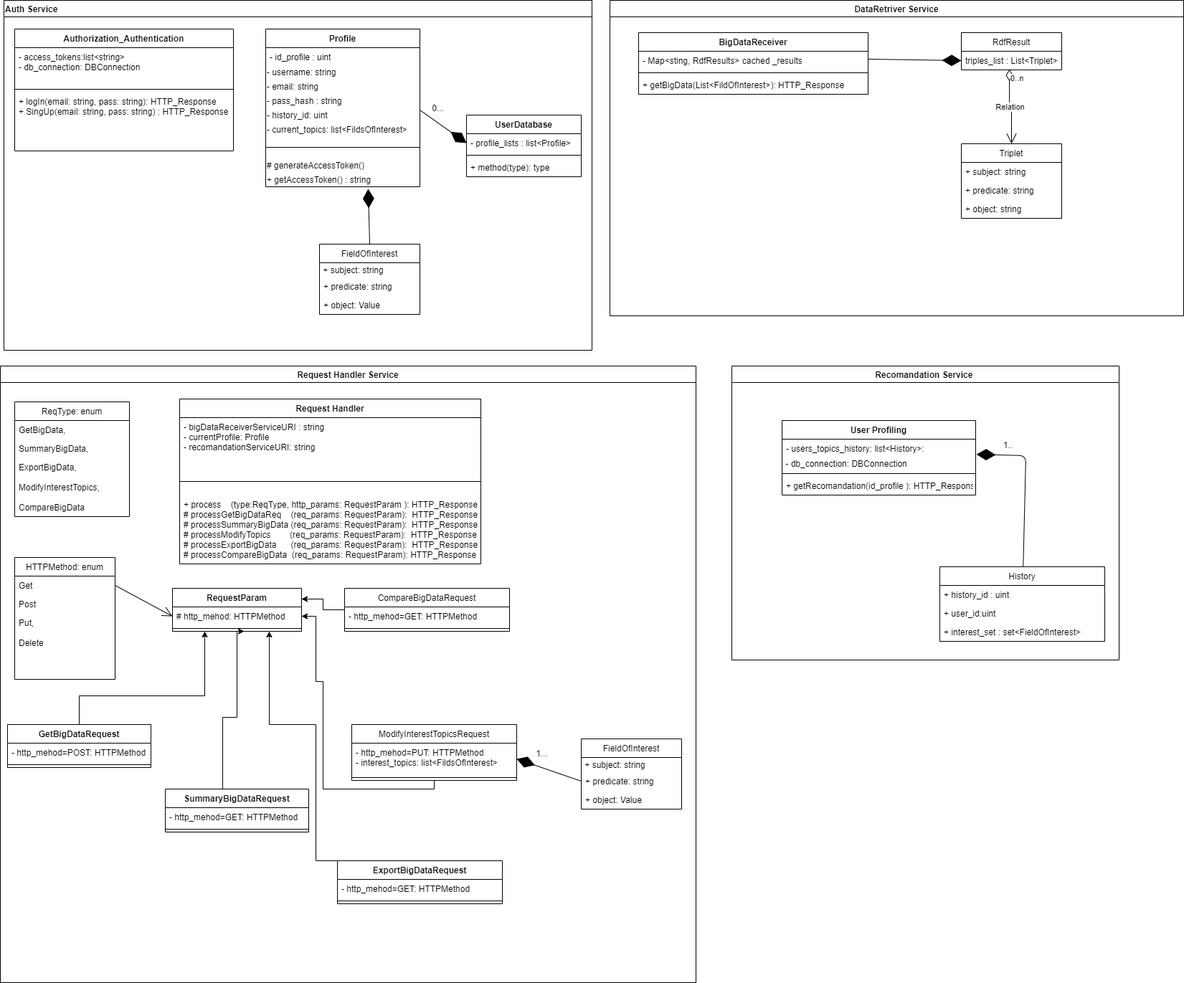
Earlier version of the draw.io export docs/Diagrams/uml_diagram.png (wad-project-amm-mt-im/BiDaR). Source tidied: cells renumbered, new cells last; positions are measured from the earlier drawing's top-left corner, leaving out a move shared by most shapes.
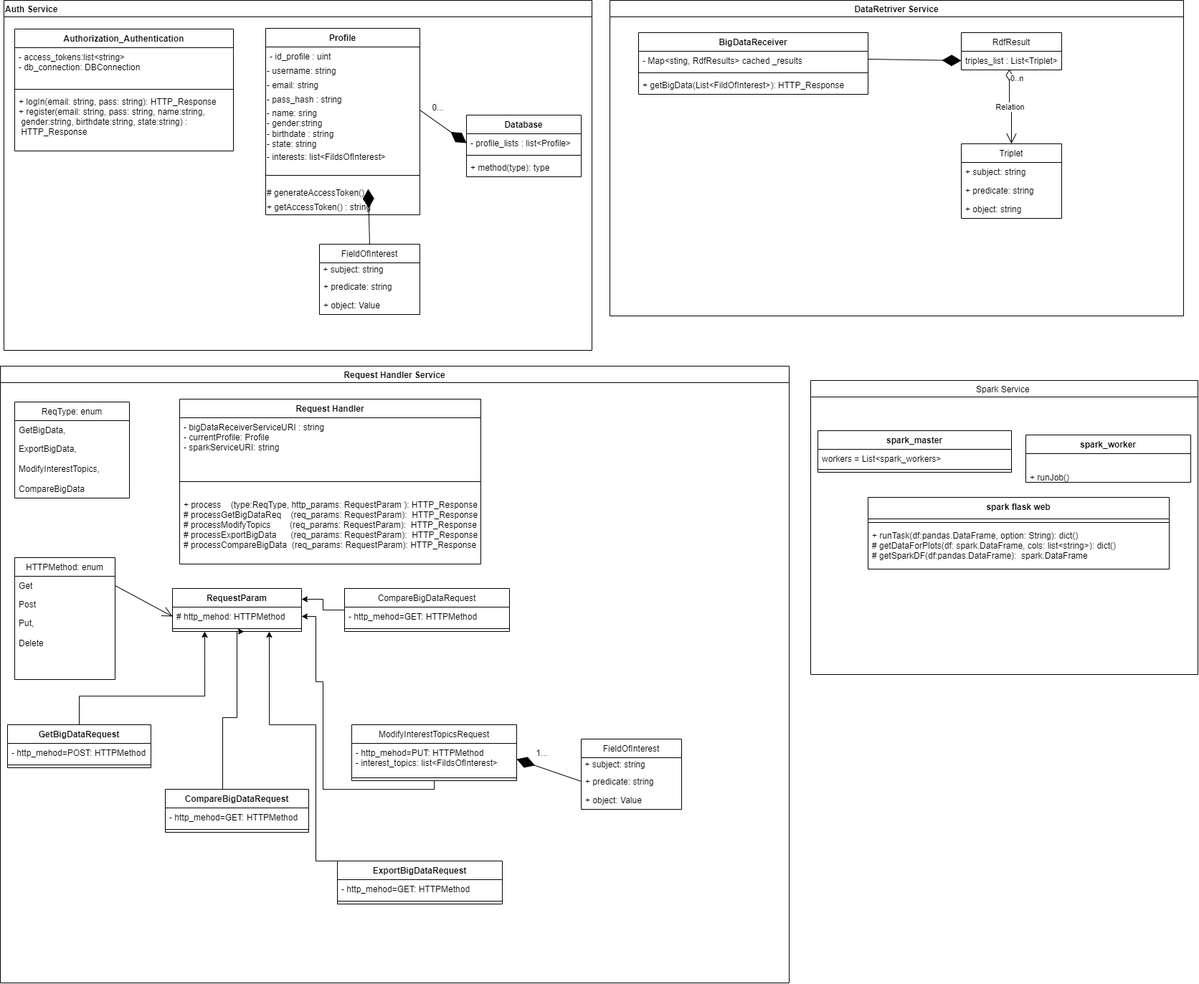
Above is the later version.

The edit, as a diff of the source:
```diff
@@ -14,11 +14,11 @@
     <mxCell id="5" style="line;strokeWidth=1;fillColor=none;align=left;verticalAlign=middle;spacingTop=-1;spacingLeft=3;spacingRight=3;labelPosition=right;" parent="3" vertex="1">
       <mxGeometry y="80" width="305" height="8" as="geometry" />
     </mxCell>
-    <mxCell id="6" value="+ logIn(email: string, pass: string): HTTP_Response&#10;+ SingUp(email: string, pass: string) : HTTP_Response&#10;" style="text;strokeColor=none;fillColor=none;align=left;verticalAlign=top;spacingLeft=4;spacingRight=4;overflow=hidden;" parent="3" vertex="1">
+    <mxCell id="6" value="+ logIn(email: string, pass: string): HTTP_Response&#10;+ register(email: string, pass: string, name:string,&#10; gender:string, birthdate:string, state:string) :&#10; HTTP_Response&#10;" style="text;strokeColor=none;fillColor=none;align=left;verticalAlign=top;spacingLeft=4;spacingRight=4;overflow=hidden;" parent="3" vertex="1">
       <mxGeometry y="88" width="305" height="82" as="geometry" />
     </mxCell>
     <mxCell id="7" value="Profile" style="swimlane;fontStyle=1;align=center;verticalAlign=top;horizontal=1;startSize=26;" parent="2" vertex="1">
-      <mxGeometry x="365" y="40" width="215" height="220" as="geometry" />
+      <mxGeometry x="365" y="39" width="215" height="260" as="geometry" />
     </mxCell>
     <mxCell id="8" value="- id_profile : uint&#10;" style="text;strokeColor=none;fillColor=none;align=left;verticalAlign=top;spacingLeft=4;spacingRight=4;overflow=hidden;" parent="7" vertex="1">
       <mxGeometry y="26" width="215" height="24" as="geometry" />
@@ -32,25 +32,25 @@
     <mxCell id="11" value="&lt;span&gt;- pass_hash : string&lt;/span&gt;" style="text;html=1;align=left;verticalAlign=middle;" parent="7" vertex="1">
       <mxGeometry y="90" width="215" height="20" as="geometry" />
     </mxCell>
-    <mxCell id="12" value="- history_id: uint&amp;nbsp;" style="text;html=1;align=left;verticalAlign=middle;" parent="7" vertex="1">
-      <mxGeometry y="110" width="215" height="20" as="geometry" />
+    <mxCell id="12" value="- name: sring&lt;br&gt;- gender:string&lt;br&gt;- birthdate : string&lt;br&gt;- state: string" style="text;html=1;align=left;verticalAlign=middle;" parent="7" vertex="1">
+      <mxGeometry y="110" width="215" height="60" as="geometry" />
     </mxCell>
-    <mxCell id="13" value="&lt;span&gt;- current_topics: list&amp;lt;FildsOfInterest&amp;gt;&lt;/span&gt;" style="text;html=1;align=left;verticalAlign=middle;" parent="7" vertex="1">
-      <mxGeometry y="130" width="215" height="20" as="geometry" />
+    <mxCell id="13" value="&lt;span&gt;- interests: list&amp;lt;FildsOfInterest&amp;gt;&lt;br&gt;&lt;/span&gt;" style="text;html=1;align=left;verticalAlign=middle;" parent="7" vertex="1">
+      <mxGeometry y="170" width="215" height="20" as="geometry" />
     </mxCell>
     <mxCell id="14" style="line;strokeWidth=1;fillColor=none;align=left;verticalAlign=middle;spacingTop=-1;spacingLeft=3;spacingRight=3;labelPosition=right;" parent="7" vertex="1">
-      <mxGeometry y="150" width="215" height="30" as="geometry" />
+      <mxGeometry y="190" width="215" height="30" as="geometry" />
     </mxCell>
     <mxCell id="15" value="# generateAccessToken()" style="text;html=1;align=left;verticalAlign=middle;" parent="7" vertex="1">
-      <mxGeometry y="180" width="215" height="20" as="geometry" />
+      <mxGeometry y="220" width="215" height="20" as="geometry" />
     </mxCell>
     <mxCell id="16" value="+ getAccessToken() : string" style="text;html=1;align=left;verticalAlign=middle;" parent="7" vertex="1">
-      <mxGeometry y="200" width="215" height="20" as="geometry" />
+      <mxGeometry y="240" width="215" height="20" as="geometry" />
     </mxCell>
     <mxCell id="17" value="0..." style="text;html=1;align=center;verticalAlign=middle;" parent="2" vertex="1">
       <mxGeometry x="590" y="140" width="30" height="20" as="geometry" />
     </mxCell>
-    <mxCell id="18" value="UserDatabase" style="swimlane;fontStyle=1;align=center;verticalAlign=top;horizontal=1;startSize=26;" parent="2" vertex="1">
+    <mxCell id="18" value="Database" style="swimlane;fontStyle=1;align=center;verticalAlign=top;horizontal=1;startSize=26;" parent="2" vertex="1">
       <mxGeometry x="645" y="160" width="160" height="86" as="geometry" />
     </mxCell>
     <mxCell id="19" value="- profile_lists : list&lt;Profile&gt;" style="text;strokeColor=none;fillColor=none;align=left;verticalAlign=top;spacingLeft=4;spacingRight=4;overflow=hidden;points=[[0,0.5],[1,0.5]];portConstraint=eastwest;" parent="18" vertex="1">
@@ -85,30 +85,27 @@
       </mxGeometry>
     </mxCell>
     <mxCell id="28" value="Request Handler Service" style="swimlane;" parent="1" vertex="1">
-      <mxGeometry y="510" width="970" height="860" as="geometry" />
+      <mxGeometry y="510" width="1100" height="860" as="geometry" />
     </mxCell>
     <mxCell id="29" value="ReqType: enum" style="swimlane;fontStyle=0;horizontal=1;startSize=26;fillColor=none;" parent="28" vertex="1">
-      <mxGeometry x="20" y="50" width="160" height="160" as="geometry" />
+      <mxGeometry x="20" y="50" width="160" height="134" as="geometry" />
     </mxCell>
     <mxCell id="30" value="GetBigData," style="text;strokeColor=none;fillColor=none;align=left;verticalAlign=top;spacingLeft=4;spacingRight=4;overflow=hidden;" parent="29" vertex="1">
       <mxGeometry y="26" width="160" height="26" as="geometry" />
     </mxCell>
-    <mxCell id="31" value="SummaryBigData," style="text;strokeColor=none;fillColor=none;align=left;verticalAlign=top;spacingLeft=4;spacingRight=4;overflow=hidden;" parent="29" vertex="1">
-      <mxGeometry y="52" width="160" height="26" as="geometry" />
-    </mxCell>
     <mxCell id="32" value="ExportBigData,&#10;&#10;ModifyInterestTopics,&#10;&#10;CompareBigData" style="text;strokeColor=none;fillColor=none;align=left;verticalAlign=top;spacingLeft=4;spacingRight=4;overflow=hidden;" parent="29" vertex="1">
-      <mxGeometry y="78" width="160" height="82" as="geometry" />
+      <mxGeometry y="52" width="160" height="82" as="geometry" />
     </mxCell>
     <mxCell id="33" value="Request Handler" style="swimlane;fontStyle=1;align=center;verticalAlign=top;horizontal=1;startSize=26;" parent="28" vertex="1">
       <mxGeometry x="250" y="46" width="420" height="230" as="geometry" />
     </mxCell>
-    <mxCell id="34" value="- bigDataReceiverServiceURI : string&#10;- currentProfile: Profile&#10;- recomandationServiceURI: string" style="text;strokeColor=none;fillColor=none;align=left;verticalAlign=top;spacingLeft=4;spacingRight=4;overflow=hidden;fontStyle=0;" parent="33" vertex="1">
+    <mxCell id="34" value="- bigDataReceiverServiceURI : string&#10;- currentProfile: Profile&#10;- sparkServiceURI: string" style="text;strokeColor=none;fillColor=none;align=left;verticalAlign=top;spacingLeft=4;spacingRight=4;overflow=hidden;fontStyle=0;" parent="33" vertex="1">
       <mxGeometry y="26" width="420" height="84" as="geometry" />
     </mxCell>
     <mxCell id="35" style="line;strokeWidth=1;fillColor=none;align=left;verticalAlign=middle;spacingTop=-1;spacingLeft=3;spacingRight=3;labelPosition=right;" parent="33" vertex="1">
       <mxGeometry y="110" width="420" height="10" as="geometry" />
     </mxCell>
-    <mxCell id="36" value="&#10;+ process    (type:ReqType, http_params: RequestParam ): HTTP_Response&#10;# processGetBigDataReq    (req_params: RequestParam):  HTTP_Response&#10;# processSummaryBigData (req_params: RequestParam):  HTTP_Response&#10;# processModifyTopics        (req_params: RequestParam):  HTTP_Response&#10;# processExportBigData      (req_params: RequestParam):  HTTP_Response&#10;# processCompareBigData  (req_params: RequestParam): HTTP_Response&#10;" style="text;strokeColor=none;fillColor=none;align=left;verticalAlign=top;spacingLeft=4;spacingRight=4;overflow=hidden;" parent="33" vertex="1">
+    <mxCell id="36" value="&#10;+ process    (type:ReqType, http_params: RequestParam ): HTTP_Response&#10;# processGetBigDataReq    (req_params: RequestParam):  HTTP_Response&#10;# processModifyTopics        (req_params: RequestParam):  HTTP_Response&#10;# processExportBigData      (req_params: RequestParam):  HTTP_Response&#10;# processCompareBigData  (req_params: RequestParam): HTTP_Response&#10;" style="text;strokeColor=none;fillColor=none;align=left;verticalAlign=top;spacingLeft=4;spacingRight=4;overflow=hidden;" parent="33" vertex="1">
       <mxGeometry y="120" width="420" height="110" as="geometry" />
     </mxCell>
     <mxCell id="37" value="FieldOfInterest" style="swimlane;fontStyle=0;horizontal=1;startSize=26;fillColor=none;" parent="28" vertex="1">
@@ -153,7 +150,7 @@
     <mxCell id="50" style="endArrow=open;endFill=1;endSize=12;html=1;exitX=1;exitY=0.5;exitDx=0;exitDy=0;entryX=0;entryY=0.5;entryDx=0;entryDy=0;" parent="28" edge="1" source="47" target="44">
       <mxGeometry relative="1" as="geometry" />
     </mxCell>
-    <mxCell id="51" value="SummaryBigDataRequest" style="swimlane;fontStyle=1;align=center;verticalAlign=top;horizontal=1;startSize=26;" parent="28" vertex="1">
+    <mxCell id="51" value="CompareBigDataRequest" style="swimlane;fontStyle=1;align=center;verticalAlign=top;horizontal=1;startSize=26;" parent="28" vertex="1">
       <mxGeometry x="230" y="590" width="200" height="60" as="geometry" />
     </mxCell>
     <mxCell id="52" value="- http_mehod=GET: HTTPMethod" style="text;strokeColor=none;fillColor=none;align=left;verticalAlign=top;spacingLeft=4;spacingRight=4;overflow=hidden;" parent="51" vertex="1">
@@ -283,45 +280,35 @@
     <mxCell id="84" value="0..n" style="edgeLabel;html=1;align=left;verticalAlign=top;" parent="83" vertex="1">
       <mxGeometry x="-1" relative="1" as="geometry" />
     </mxCell>
-    <mxCell id="85" value="Recomandation Service " style="swimlane;" parent="1" vertex="1">
-      <mxGeometry x="1020" y="510" width="540" height="410" as="geometry" />
+    <mxCell id="85" value="Spark Service " style="swimlane;startSize=23;fontStyle=0;" parent="1" vertex="1">
+      <mxGeometry x="1130" y="530" width="540" height="410" as="geometry" />
     </mxCell>
-    <mxCell id="86" value="User Profiling" style="swimlane;fontStyle=1;align=center;verticalAlign=top;horizontal=1;startSize=26;" parent="85" vertex="1">
-      <mxGeometry x="70" y="76" width="270" height="104" as="geometry" />
+    <mxCell id="86" value="spark_master" style="swimlane;fontStyle=1;align=center;verticalAlign=top;horizontal=1;startSize=26;" parent="85" vertex="1">
+      <mxGeometry x="10" y="70" width="270" height="58" as="geometry" />
     </mxCell>
-    <mxCell id="87" value="- users_topics_history: list&lt;History&gt;: " style="text;strokeColor=none;fillColor=none;align=left;verticalAlign=top;spacingLeft=4;spacingRight=4;overflow=hidden;points=[[0,0.5],[1,0.5]];portConstraint=eastwest;" parent="86" vertex="1">
+    <mxCell id="87" value="workers = List&lt;spark_workers&gt;" style="text;strokeColor=none;fillColor=none;align=left;verticalAlign=top;spacingLeft=4;spacingRight=4;overflow=hidden;points=[[0,0.5],[1,0.5]];portConstraint=eastwest;" parent="86" vertex="1">
       <mxGeometry y="26" width="270" height="24" as="geometry" />
     </mxCell>
-    <mxCell id="88" value="&lt;span&gt;&amp;nbsp;- db_connection: DBConnection&lt;/span&gt;" style="text;html=1;align=left;verticalAlign=middle;" parent="86" vertex="1">
-      <mxGeometry y="50" width="270" height="20" as="geometry" />
-    </mxCell>
     <mxCell id="89" style="line;strokeWidth=1;fillColor=none;align=left;verticalAlign=middle;spacingTop=-1;spacingLeft=3;spacingRight=3;labelPosition=right;" parent="86" vertex="1">
-      <mxGeometry y="70" width="270" height="8" as="geometry" />
+      <mxGeometry y="50" width="270" height="8" as="geometry" />
     </mxCell>
-    <mxCell id="90" value="+ getRecomandation(id_profile ): HTTP_Response" style="text;strokeColor=none;fillColor=none;align=left;verticalAlign=top;spacingLeft=4;spacingRight=4;overflow=hidden;" parent="86" vertex="1">
-      <mxGeometry y="78" width="270" height="26" as="geometry" />
-    </mxCell>
-    <mxCell id="91" value="History" style="swimlane;fontStyle=0;horizontal=1;startSize=26;fillColor=none;" parent="85" vertex="1">
-      <mxGeometry x="290" y="280" width="230" height="104" as="geometry" />
+    <mxCell id="91" value="spark_worker" style="swimlane;fontStyle=1;horizontal=1;startSize=26;fillColor=none;" parent="85" vertex="1">
+      <mxGeometry x="300" y="76" width="230" height="66" as="geometry" />
     </mxCell>
-    <mxCell id="92" value="+ history_id : uint" style="text;strokeColor=none;fillColor=none;align=left;verticalAlign=top;spacingLeft=4;spacingRight=4;overflow=hidden;" parent="91" vertex="1">
-      <mxGeometry y="26" width="230" height="26" as="geometry" />
-    </mxCell>
-    <mxCell id="93" value="+ user_id:uint" style="text;strokeColor=none;fillColor=none;align=left;verticalAlign=top;spacingLeft=4;spacingRight=4;overflow=hidden;" parent="91" vertex="1">
-      <mxGeometry y="52" width="230" height="26" as="geometry" />
-    </mxCell>
-    <mxCell id="94" value="+ interest_set : set&lt;FieldOfInterest&gt;" style="text;strokeColor=none;fillColor=none;align=left;verticalAlign=top;spacingLeft=4;spacingRight=4;overflow=hidden;" parent="91" vertex="1">
-      <mxGeometry y="78" width="230" height="26" as="geometry" />
-    </mxCell>
-    <mxCell id="95" style="endArrow=diamondThin;endFill=1;endSize=24;html=1;entryX=1.004;entryY=0.885;entryDx=0;entryDy=0;entryPerimeter=0;" parent="85" edge="1" source="91" target="87">
-      <mxGeometry relative="1" as="geometry">
-        <Array as="points">
-          <mxPoint x="410" y="125" />
-        </Array>
-      </mxGeometry>
-    </mxCell>
-    <mxCell id="96" value="1.." style="text;html=1;align=center;verticalAlign=middle;" parent="85" vertex="1">
-      <mxGeometry x="370" y="100" width="30" height="20" as="geometry" />
-    </mxCell>
+    <mxCell id="97" value="&lt;span style=&quot;color: rgba(0 , 0 , 0 , 0) ; font-family: monospace ; font-size: 0px&quot;&gt;%3CmxGraphModel%3E%3Croot%3E%3CmxCell%20id%3D%220%22%2F%3E%3CmxCell%20id%3D%221%22%20parent%3D%220%22%2F%3E%3CmxCell%20id%3D%222%22%20value%3D%22%2B%20runTask(df%3Apandas.DataFrame%2C%20option%3A%20String)%3A%20dict()%26%2310%3B%23%20getDataForPlots(df%3A%20spark.DataFrame%2C%20cols%3A%20list%26lt%3Bstring%26gt%3B)%3A%20dict()%26%2310%3B%23%20getSparkDF(df%3Apandas.DataFrame)%3A%C2%A0%20spark.DataFrame%26%2310%3B%22%20style%3D%22text%3BstrokeColor%3Dnone%3BfillColor%3Dnone%3Balign%3Dleft%3BverticalAlign%3Dtop%3BspacingLeft%3D4%3BspacingRight%3D4%3Boverflow%3Dhidden%3Brotatable%3D0%3Bpoints%3D%5B%5B0%2C0.5%5D%2C%5B1%2C0.5%5D%5D%3BportConstraint%3Deastwest%3B%22%20vertex%3D%221%22%20parent%3D%221%22%3E%3CmxGeometry%20x%3D%221220%22%20y%3D%22753%22%20width%3D%22420%22%20height%3D%2260%22%20as%3D%22geometry%22%2F%3E%3C%2FmxCell%3E%3C%2Froot%3E%3C%2FmxGraphModel%3E&lt;/span&gt;&lt;span style=&quot;color: rgba(0 , 0 , 0 , 0) ; font-family: monospace ; font-size: 0px&quot;&gt;%3CmxGraphModel%3E%3Croot%3E%3CmxCell%20id%3D%220%22%2F%3E%3CmxCell%20id%3D%221%22%20parent%3D%220%22%2F%3E%3CmxCell%20id%3D%222%22%20value%3D%22%2B%20runTask(df%3Apandas.DataFrame%2C%20option%3A%20String)%3A%20dict()%26%2310%3B%23%20getDataForPlots(df%3A%20spark.DataFrame%2C%20cols%3A%20list%26lt%3Bstring%26gt%3B)%3A%20dict()%26%2310%3B%23%20getSparkDF(df%3Apandas.DataFrame)%3A%C2%A0%20spark.DataFrame%26%2310%3B%22%20style%3D%22text%3BstrokeColor%3Dnone%3BfillColor%3Dnone%3Balign%3Dleft%3BverticalAlign%3Dtop%3BspacingLeft%3D4%3BspacingRight%3D4%3Boverflow%3Dhidden%3Brotatable%3D0%3Bpoints%3D%5B%5B0%2C0.5%5D%2C%5B1%2C0.5%5D%5D%3BportConstraint%3Deastwest%3B%22%20vertex%3D%221%22%20parent%3D%221%22%3E%3CmxGeometry%20x%3D%221220%22%20y%3D%22753%22%20width%3D%22420%22%20height%3D%2260%22%20as%3D%22geometry%22%2F%3E%3C%2FmxCell%3E%3C%2Froot%3E%3C%2FmxGraphModel%3E&lt;/span&gt;" style="text;html=1;align=center;verticalAlign=middle;strokeColor=none;fillColor=none;" parent="91" vertex="1">
+      <mxGeometry y="26" width="230" height="20" as="geometry" />
+    </mxCell>
+    <mxCell id="98" value="+ runJob()" style="text;strokeColor=none;fillColor=none;align=left;verticalAlign=top;spacingLeft=4;spacingRight=4;overflow=hidden;" parent="91" vertex="1">
+      <mxGeometry y="46" width="230" height="20" as="geometry" />
+    </mxCell>
+    <mxCell id="99" value="spark flask web" style="swimlane;fontStyle=1;align=center;verticalAlign=top;horizontal=1;startSize=30;" parent="85" vertex="1">
+      <mxGeometry x="80" y="163" width="420" height="100" as="geometry" />
+    </mxCell>
+    <mxCell id="100" style="line;strokeWidth=1;fillColor=none;align=left;verticalAlign=middle;spacingTop=-1;spacingLeft=3;spacingRight=3;labelPosition=right;" parent="99" vertex="1">
+      <mxGeometry y="30" width="420" height="10" as="geometry" />
+    </mxCell>
+    <mxCell id="101" value="+ runTask(df:pandas.DataFrame, option: String): dict()&#10;# getDataForPlots(df: spark.DataFrame, cols: list&lt;string&gt;): dict()&#10;# getSparkDF(df:pandas.DataFrame):  spark.DataFrame&#10;" style="text;strokeColor=none;fillColor=none;align=left;verticalAlign=top;spacingLeft=4;spacingRight=4;overflow=hidden;" parent="99" vertex="1">
+      <mxGeometry y="40" width="420" height="60" as="geometry" />
+    </mxCell>
   </root>
 </mxGraphModel>
```
